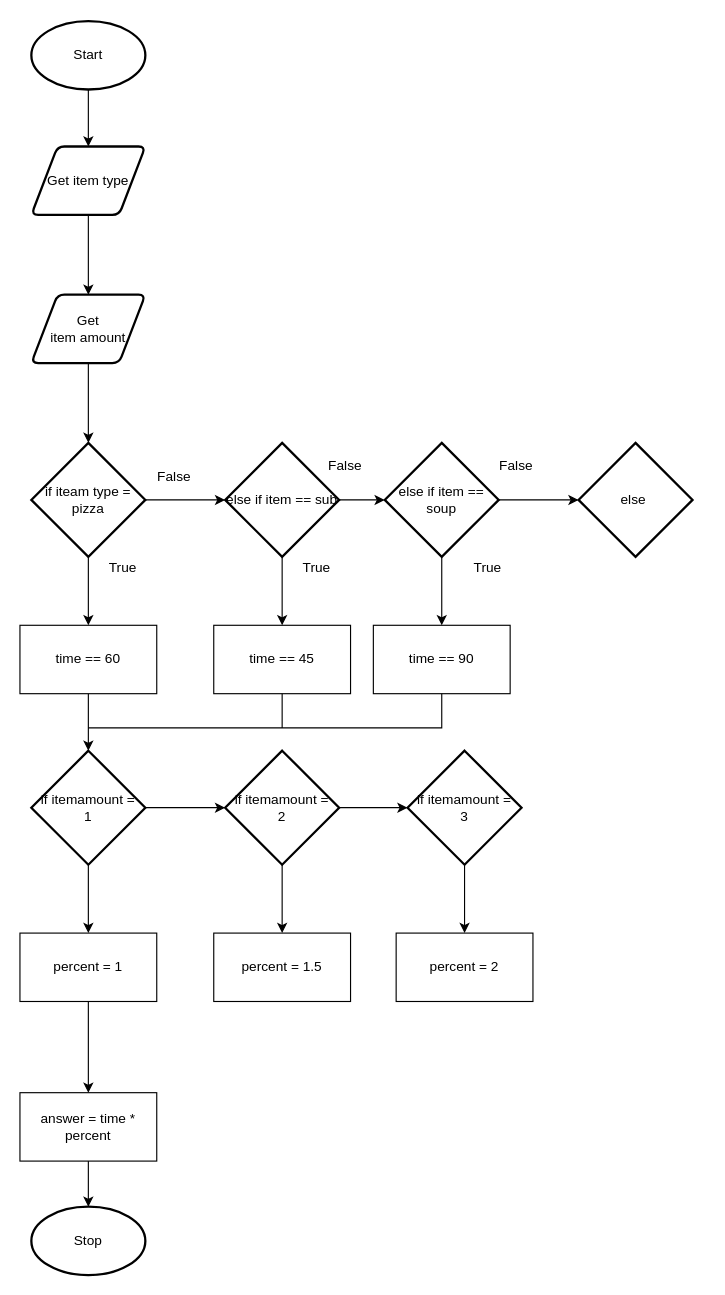
This is flowchart_folder/flowchart.drawio from Huzaifa-Khalid-2/ics4u-unit1-03-typescript, a draw.io file, before an edit. Source tidied: cells renumbered, new cells numbered last; positions are measured from the earlier drawing's top-left corner, leaving out a move shared by most shapes. Both pictures are drawn from the tidied source at 114%, with x=0, y=0 at pixel (19, 21).
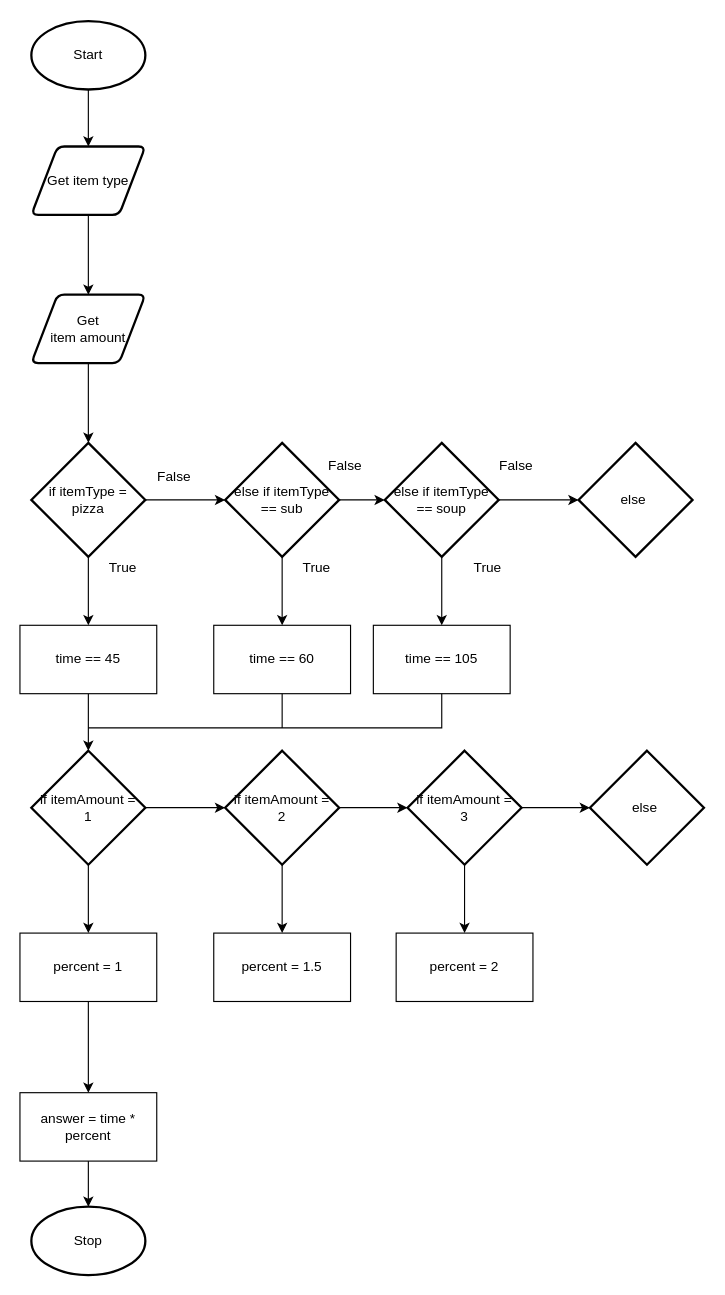
The same page after the edit.

Change to the diagram source:
```diff
@@
-    <mxCell id="10" value="if iteam type =&lt;br&gt;pizza" style="strokeWidth=2;html=1;shape=mxgraph.flowchart.decision;whiteSpace=wrap;" parent="1" vertex="1">
+    <mxCell id="10" value="if itemType =&lt;br&gt;pizza" style="strokeWidth=2;html=1;shape=mxgraph.flowchart.decision;whiteSpace=wrap;" parent="1" vertex="1">
       <mxGeometry x="10" y="370" width="100" height="100" as="geometry" />
     </mxCell>
@@
-    <mxCell id="13" value="else if item == sub" style="strokeWidth=2;html=1;shape=mxgraph.flowchart.decision;whiteSpace=wrap;" parent="1" vertex="1">
+    <mxCell id="13" value="else if itemType == sub" style="strokeWidth=2;html=1;shape=mxgraph.flowchart.decision;whiteSpace=wrap;" parent="1" vertex="1">
       <mxGeometry x="180" y="370" width="100" height="100" as="geometry" />
     </mxCell>
@@
-    <mxCell id="16" value="time == 60" style="rounded=0;whiteSpace=wrap;html=1;" parent="1" vertex="1">
+    <mxCell id="16" value="time == 45" style="rounded=0;whiteSpace=wrap;html=1;" parent="1" vertex="1">
       <mxGeometry y="530" width="120" height="60" as="geometry" />
     </mxCell>
-    <mxCell id="17" value="time == 45" style="rounded=0;whiteSpace=wrap;html=1;" parent="1" vertex="1">
+    <mxCell id="17" value="time == 60" style="rounded=0;whiteSpace=wrap;html=1;" parent="1" vertex="1">
       <mxGeometry x="170" y="530" width="120" height="60" as="geometry" />
     </mxCell>
@@
-    <mxCell id="20" value="else if item == soup" style="strokeWidth=2;html=1;shape=mxgraph.flowchart.decision;whiteSpace=wrap;" parent="1" vertex="1">
+    <mxCell id="20" value="else if itemType == soup" style="strokeWidth=2;html=1;shape=mxgraph.flowchart.decision;whiteSpace=wrap;" parent="1" vertex="1">
       <mxGeometry x="320" y="370" width="100" height="100" as="geometry" />
     </mxCell>
-    <mxCell id="21" value="time == 90" style="rounded=0;whiteSpace=wrap;html=1;" parent="1" vertex="1">
+    <mxCell id="21" value="time == 105" style="rounded=0;whiteSpace=wrap;html=1;" parent="1" vertex="1">
       <mxGeometry x="310" y="530" width="120" height="60" as="geometry" />
     </mxCell>
@@
-    <mxCell id="25" value="if itemamount =&lt;br&gt;1" style="strokeWidth=2;html=1;shape=mxgraph.flowchart.decision;whiteSpace=wrap;" parent="1" vertex="1">
+    <mxCell id="25" value="if itemAmount =&lt;br&gt;1" style="strokeWidth=2;html=1;shape=mxgraph.flowchart.decision;whiteSpace=wrap;" parent="1" vertex="1">
       <mxGeometry x="10" y="640" width="100" height="100" as="geometry" />
     </mxCell>
@@
-    <mxCell id="30" value="if itemamount =&lt;br&gt;2" style="strokeWidth=2;html=1;shape=mxgraph.flowchart.decision;whiteSpace=wrap;" parent="1" vertex="1">
+    <mxCell id="30" value="if itemAmount =&lt;br&gt;2" style="strokeWidth=2;html=1;shape=mxgraph.flowchart.decision;whiteSpace=wrap;" parent="1" vertex="1">
       <mxGeometry x="180" y="640" width="100" height="100" as="geometry" />
     </mxCell>
@@
+    <mxCell id="45" style="edgeStyle=none;html=1;" parent="1" edge="1" source="40">
+      <mxGeometry relative="1" as="geometry">
+        <mxPoint x="500" y="690" as="targetPoint" />
+      </mxGeometry>
+    </mxCell>
-    <mxCell id="40" value="if itemamount =&lt;br&gt;3" style="strokeWidth=2;html=1;shape=mxgraph.flowchart.decision;whiteSpace=wrap;" parent="1" vertex="1">
+    <mxCell id="40" value="if itemAmount =&lt;br&gt;3" style="strokeWidth=2;html=1;shape=mxgraph.flowchart.decision;whiteSpace=wrap;" parent="1" vertex="1">
       <mxGeometry x="340" y="640" width="100" height="100" as="geometry" />
     </mxCell>
@@
+    <mxCell id="46" value="else&amp;nbsp;" style="strokeWidth=2;html=1;shape=mxgraph.flowchart.decision;whiteSpace=wrap;" parent="1" vertex="1">
+      <mxGeometry x="500" y="640" width="100" height="100" as="geometry" />
+    </mxCell>
```
